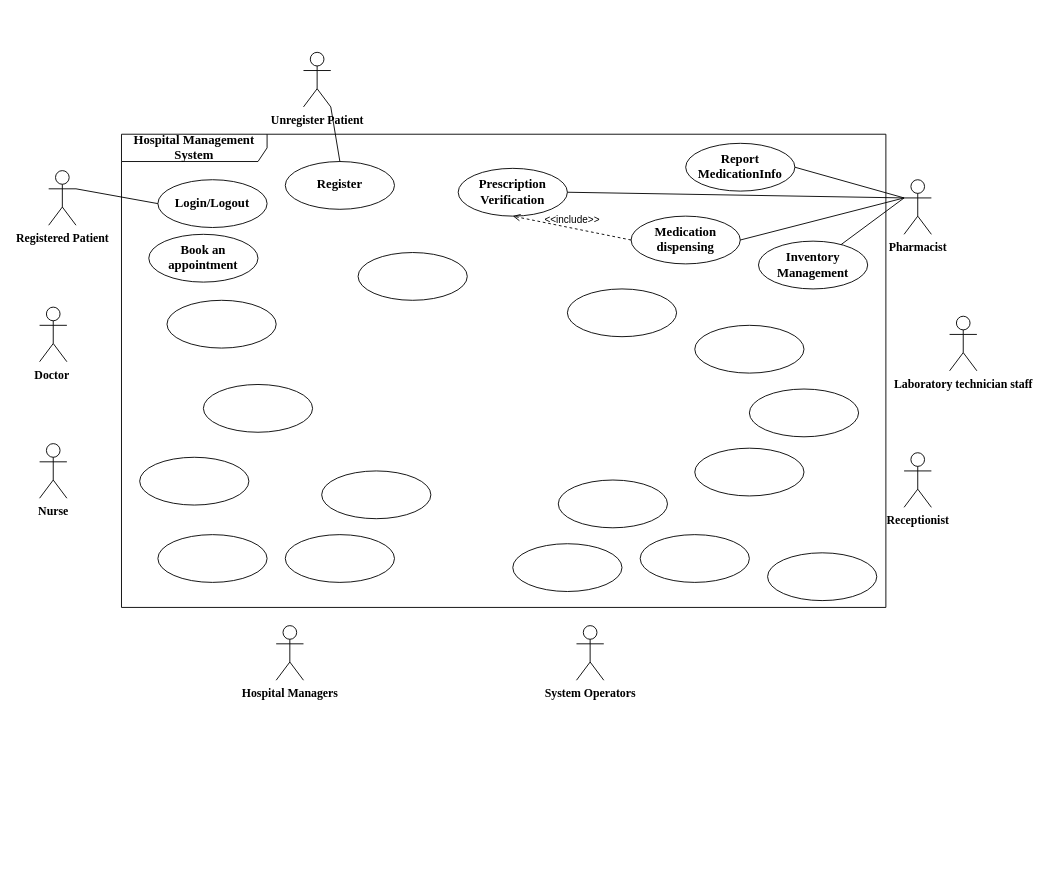
Before: Use Case  Diagram.drawio in FOMOKN/Software-Engineering, a draw.io diagram. Source tidied: cells renumbered, new cells numbered last; positions are measured from the earlier drawing's top-left corner, leaving out a move shared by most shapes. Both pictures are drawn from the tidied source at 91%, with x=0, y=0 at pixel (39, 52).
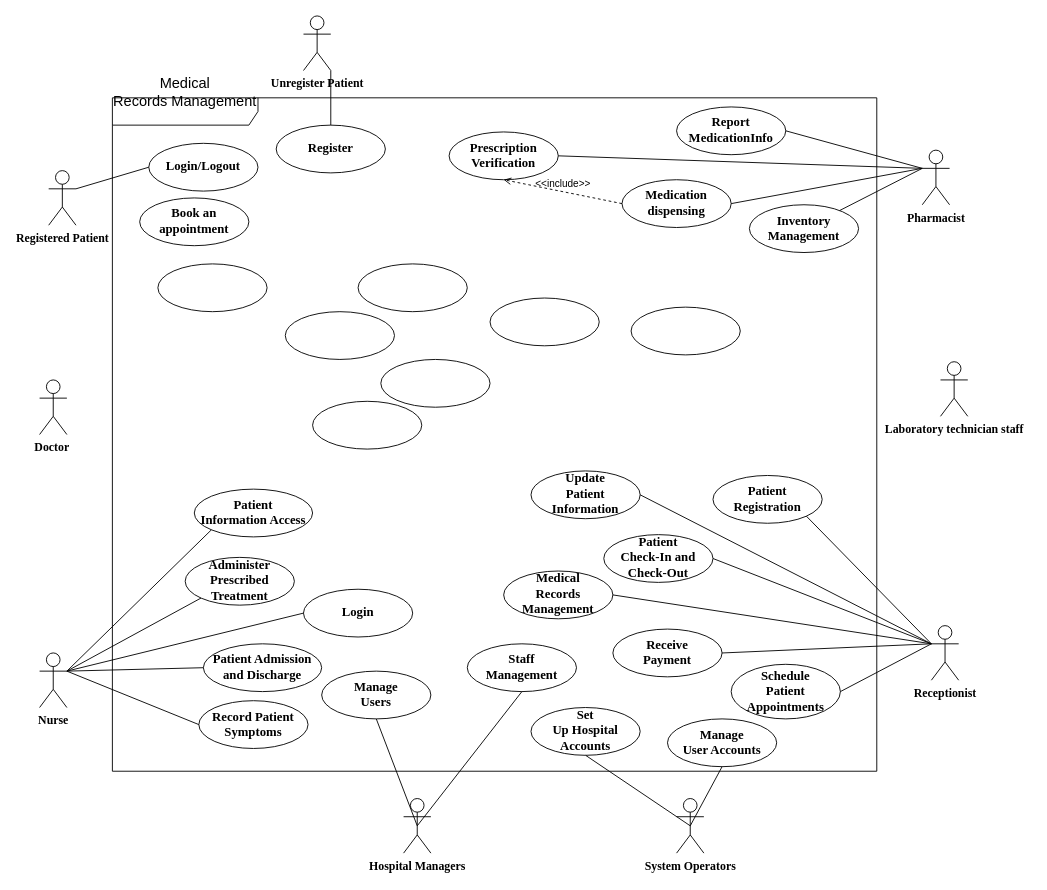
The same diagram, later.

Change to the diagram source:
```diff
@@
-    <mxCell id="2" value="&lt;font size=&quot;1&quot; face=&quot;Times New Roman&quot;&gt;&lt;b style=&quot;font-size: 14px;&quot;&gt;Hospital Management System&lt;/b&gt;&lt;/font&gt;" style="shape=umlFrame;whiteSpace=wrap;html=1;width=160;" parent="1" vertex="1">
-      <mxGeometry x="90" y="90" width="840" height="520" as="geometry" />
+    <mxCell id="2" value="&#10;&#10;&#10;&lt;p class=&quot;MsoNormal&quot;&gt;&lt;span style=&quot;font-size:12.0pt;font-family:黑体&quot; lang=&quot;EN-US&quot;&gt;Medical&#10;Records Management&lt;/span&gt;&lt;/p&gt;&#10;&#10;&#10;&#10;&#10;&#10;" style="shape=umlFrame;whiteSpace=wrap;html=1;width=160;" parent="1" vertex="1">
+      <mxGeometry x="80" y="50" width="840" height="740" as="geometry" />
     </mxCell>
@@
-    <mxCell id="7" style="ellipse;html=1;whiteSpace=wrap;" parent="2" vertex="1">
-      <mxGeometry x="490" y="170" width="120" height="52.5" as="geometry" />
+    <mxCell id="7" value="&lt;p class=&quot;MsoNormal&quot; style=&quot;font-size: 14px;&quot;&gt;Patient&lt;br style=&quot;font-size: 14px;&quot;&gt;Check-In and Check-Out&lt;/p&gt;" style="ellipse;html=1;whiteSpace=wrap;fontFamily=Times New Roman;fontStyle=1;fontSize=14;" parent="2" vertex="1">
+      <mxGeometry x="540" y="480" width="120" height="52.5" as="geometry" />
     </mxCell>
@@
-    <mxCell id="11" style="ellipse;html=1;whiteSpace=wrap;" parent="2" vertex="1">
-      <mxGeometry x="630" y="345" width="120" height="52.5" as="geometry" />
+    <mxCell id="11" value="&lt;p class=&quot;MsoNormal&quot; style=&quot;font-size: 14px;&quot;&gt;Manage&lt;br style=&quot;font-size: 14px;&quot;&gt;User Accounts&lt;/p&gt;" style="ellipse;html=1;whiteSpace=wrap;fontFamily=Times New Roman;fontStyle=1;fontSize=14;" parent="2" vertex="1">
+      <mxGeometry x="610" y="682.5" width="120" height="52.5" as="geometry" />
     </mxCell>
-    <mxCell id="12" style="ellipse;html=1;whiteSpace=wrap;" parent="2" vertex="1">
-      <mxGeometry x="480" y="380" width="120" height="52.5" as="geometry" />
+    <mxCell id="12" value="Manage&lt;br style=&quot;font-size: 14px;&quot;&gt;Users" style="ellipse;html=1;whiteSpace=wrap;fontFamily=Times New Roman;fontStyle=1;fontSize=14;" parent="2" vertex="1">
+      <mxGeometry x="230" y="630" width="120" height="52.5" as="geometry" />
     </mxCell>
-    <mxCell id="13" style="ellipse;html=1;whiteSpace=wrap;" parent="2" vertex="1">
-      <mxGeometry x="220" y="370" width="120" height="52.5" as="geometry" />
+    <mxCell id="13" value="&lt;p class=&quot;MsoNormal&quot; style=&quot;font-size: 14px;&quot;&gt;Patient&lt;br style=&quot;font-size: 14px;&quot;&gt;Information Access&lt;/p&gt;" style="ellipse;html=1;whiteSpace=wrap;fontFamily=Times New Roman;fontStyle=1;fontSize=14;" parent="2" vertex="1">
+      <mxGeometry x="90" y="430" width="130" height="52.5" as="geometry" />
     </mxCell>
@@
-    <mxCell id="15" style="ellipse;html=1;whiteSpace=wrap;" parent="2" vertex="1">
-      <mxGeometry x="90" y="275" width="120" height="52.5" as="geometry" />
+    <mxCell id="15" value="&lt;p class=&quot;MsoNormal&quot; style=&quot;font-size: 14px;&quot;&gt;Medical&lt;br style=&quot;font-size: 14px;&quot;&gt;Records Management&lt;/p&gt;" style="ellipse;html=1;whiteSpace=wrap;fontFamily=Times New Roman;fontStyle=1;fontSize=14;" parent="2" vertex="1">
+      <mxGeometry x="430" y="520" width="120" height="52.5" as="geometry" />
     </mxCell>
-    <mxCell id="16" style="ellipse;html=1;whiteSpace=wrap;" parent="2" vertex="1">
-      <mxGeometry x="430" y="450" width="120" height="52.5" as="geometry" />
+    <mxCell id="16" value="Record Patient Symptoms" style="ellipse;html=1;whiteSpace=wrap;fontFamily=Times New Roman;fontStyle=1;fontSize=14;" parent="2" vertex="1">
+      <mxGeometry x="95" y="662.5" width="120" height="52.5" as="geometry" />
     </mxCell>
-    <mxCell id="17" style="ellipse;html=1;whiteSpace=wrap;" parent="2" vertex="1">
-      <mxGeometry x="260" y="130" width="120" height="52.5" as="geometry" />
+    <mxCell id="17" value="&lt;p class=&quot;MsoNormal&quot; style=&quot;font-size: 14px;&quot;&gt;Receive&lt;br style=&quot;font-size: 14px;&quot;&gt;Payment&lt;/p&gt;" style="ellipse;html=1;whiteSpace=wrap;fontFamily=Times New Roman;fontStyle=1;fontSize=14;" parent="2" vertex="1">
+      <mxGeometry x="550" y="583.8" width="120" height="52.5" as="geometry" />
     </mxCell>
-    <mxCell id="18" style="ellipse;html=1;whiteSpace=wrap;" parent="2" vertex="1">
-      <mxGeometry x="20" y="355" width="120" height="52.5" as="geometry" />
+    <mxCell id="18" value="Login" style="ellipse;html=1;whiteSpace=wrap;fontFamily=Times New Roman;fontStyle=1;fontSize=14;" parent="2" vertex="1">
+      <mxGeometry x="210" y="540" width="120" height="52.5" as="geometry" />
     </mxCell>
-    <mxCell id="19" style="ellipse;html=1;whiteSpace=wrap;" parent="2" vertex="1">
-      <mxGeometry x="570" y="440" width="120" height="52.5" as="geometry" />
+    <mxCell id="19" value="&lt;p class=&quot;MsoNormal&quot; style=&quot;font-size: 14px;&quot;&gt;Staff&lt;br style=&quot;font-size: 14px;&quot;&gt;Management&lt;/p&gt;" style="ellipse;html=1;whiteSpace=wrap;fontFamily=Times New Roman;fontStyle=1;fontSize=14;" parent="2" vertex="1">
+      <mxGeometry x="390" y="600" width="120" height="52.5" as="geometry" />
     </mxCell>
-    <mxCell id="20" style="ellipse;html=1;whiteSpace=wrap;" parent="2" vertex="1">
-      <mxGeometry x="40" y="440" width="120" height="52.5" as="geometry" />
+    <mxCell id="20" value="Patient Admission and Discharge" style="ellipse;html=1;whiteSpace=wrap;fontFamily=Times New Roman;fontStyle=1;fontSize=14;" parent="2" vertex="1">
+      <mxGeometry x="100" y="600" width="130" height="52.5" as="geometry" />
     </mxCell>
-    <mxCell id="21" style="ellipse;html=1;whiteSpace=wrap;" parent="2" vertex="1">
-      <mxGeometry x="630" y="210" width="120" height="52.5" as="geometry" />
+    <mxCell id="21" value="&lt;p class=&quot;MsoNormal&quot; style=&quot;font-size: 14px;&quot;&gt;Schedule&lt;br style=&quot;font-size: 14px;&quot;&gt;Patient Appointments&lt;/p&gt;" style="ellipse;html=1;whiteSpace=wrap;fontFamily=Times New Roman;fontStyle=1;fontSize=14;" parent="2" vertex="1">
+      <mxGeometry x="680" y="622.5" width="120" height="60" as="geometry" />
     </mxCell>
-    <mxCell id="22" style="ellipse;html=1;whiteSpace=wrap;" parent="2" vertex="1">
-      <mxGeometry x="690" y="280" width="120" height="52.5" as="geometry" />
+    <mxCell id="22" value="&lt;p class=&quot;MsoNormal&quot; style=&quot;font-size: 14px;&quot;&gt;Patient&lt;br style=&quot;font-size: 14px;&quot;&gt;Registration&lt;/p&gt;" style="ellipse;html=1;whiteSpace=wrap;fontFamily=Times New Roman;fontStyle=1;fontSize=14;" parent="2" vertex="1">
+      <mxGeometry x="660" y="415" width="120" height="52.5" as="geometry" />
     </mxCell>
-    <mxCell id="23" style="ellipse;html=1;whiteSpace=wrap;" parent="2" vertex="1">
-      <mxGeometry x="710" y="460" width="120" height="52.5" as="geometry" />
+    <mxCell id="23" value="Set&lt;br style=&quot;font-size: 14px;&quot;&gt;Up Hospital Accounts" style="ellipse;html=1;whiteSpace=wrap;fontFamily=Times New Roman;fontStyle=1;fontSize=14;" parent="2" vertex="1">
+      <mxGeometry x="460" y="670" width="120" height="52.5" as="geometry" />
     </mxCell>
-    <mxCell id="24" style="ellipse;html=1;whiteSpace=wrap;" parent="2" vertex="1">
-      <mxGeometry x="180" y="440" width="120" height="52.5" as="geometry" />
+    <mxCell id="24" value="Administer&lt;br style=&quot;font-size: 14px;&quot;&gt;Prescribed Treatment" style="ellipse;html=1;whiteSpace=wrap;fontStyle=1;fontSize=14;fontFamily=Times New Roman;" parent="2" vertex="1">
+      <mxGeometry x="80" y="505" width="120" height="52.5" as="geometry" />
     </mxCell>
@@
+    <mxCell id="41" style="ellipse;html=1;whiteSpace=wrap;" parent="2" vertex="1">
+      <mxGeometry x="190" y="235" width="120" height="52.5" as="geometry" />
+    </mxCell>
+    <mxCell id="42" style="ellipse;html=1;whiteSpace=wrap;" parent="2" vertex="1">
+      <mxGeometry x="270" y="182.5" width="120" height="52.5" as="geometry" />
+    </mxCell>
+    <mxCell id="43" style="ellipse;html=1;whiteSpace=wrap;" parent="2" vertex="1">
+      <mxGeometry x="415" y="220" width="120" height="52.5" as="geometry" />
+    </mxCell>
+    <mxCell id="44" style="ellipse;html=1;whiteSpace=wrap;" parent="2" vertex="1">
+      <mxGeometry x="220" y="333.5" width="120" height="52.5" as="geometry" />
+    </mxCell>
+    <mxCell id="45" style="ellipse;html=1;whiteSpace=wrap;" parent="2" vertex="1">
+      <mxGeometry x="570" y="230" width="120" height="52.5" as="geometry" />
+    </mxCell>
+    <mxCell id="46" value="&lt;p class=&quot;MsoNormal&quot; style=&quot;font-size: 14px;&quot;&gt;Update&lt;br style=&quot;font-size: 14px;&quot;&gt;Patient Information&lt;/p&gt;" style="ellipse;html=1;whiteSpace=wrap;fontFamily=Times New Roman;fontStyle=1;fontSize=14;" parent="2" vertex="1">
+      <mxGeometry x="460" y="410" width="120" height="52.5" as="geometry" />
+    </mxCell>
+    <mxCell id="47" style="ellipse;html=1;whiteSpace=wrap;" parent="2" vertex="1">
+      <mxGeometry x="295" y="287.5" width="120" height="52.5" as="geometry" />
+    </mxCell>
     <mxCell id="26" value="&lt;font size=&quot;1&quot; face=&quot;Times New Roman&quot;&gt;&lt;b style=&quot;font-size: 13px;&quot;&gt;Doctor&amp;nbsp;&lt;/b&gt;&lt;/font&gt;" style="shape=umlActor;verticalLabelPosition=bottom;verticalAlign=top;html=1;" parent="1" vertex="1">
-      <mxGeometry y="280" width="30" height="60" as="geometry" />
+      <mxGeometry y="360" width="30" height="60" as="geometry" />
     </mxCell>
@@
     <mxCell id="28" value="&lt;font style=&quot;font-size: 13px;&quot; face=&quot;Times New Roman&quot;&gt;&lt;b&gt;Nurse&lt;/b&gt;&lt;/font&gt;" style="shape=umlActor;verticalLabelPosition=bottom;verticalAlign=top;html=1;" parent="1" vertex="1">
-      <mxGeometry y="430" width="30" height="60" as="geometry" />
+      <mxGeometry y="660" width="30" height="60" as="geometry" />
     </mxCell>
     <mxCell id="29" value="&lt;font size=&quot;1&quot; face=&quot;Times New Roman&quot;&gt;&lt;b style=&quot;font-size: 13px;&quot;&gt;Pharmacist&lt;/b&gt;&lt;/font&gt;" style="shape=umlActor;verticalLabelPosition=bottom;verticalAlign=top;html=1;" parent="1" vertex="1">
-      <mxGeometry x="950" y="140" width="30" height="60" as="geometry" />
+      <mxGeometry x="970" y="107.5" width="30" height="60" as="geometry" />
     </mxCell>
     <mxCell id="30" value="&lt;b&gt;&lt;font face=&quot;Times New Roman&quot; style=&quot;font-size: 13px;&quot;&gt;Laboratory technician staff&lt;/font&gt;&lt;/b&gt;" style="shape=umlActor;verticalLabelPosition=bottom;verticalAlign=top;html=1;" parent="1" vertex="1">
-      <mxGeometry x="1000" y="290" width="30" height="60" as="geometry" />
+      <mxGeometry x="990" y="340" width="30" height="60" as="geometry" />
     </mxCell>
     <mxCell id="31" value="&lt;font size=&quot;1&quot; face=&quot;Times New Roman&quot;&gt;&lt;b style=&quot;font-size: 13px;&quot;&gt;Receptionist&lt;/b&gt;&lt;/font&gt;" style="shape=umlActor;verticalLabelPosition=bottom;verticalAlign=top;html=1;" parent="1" vertex="1">
-      <mxGeometry x="950" y="440" width="30" height="60" as="geometry" />
+      <mxGeometry x="980" y="630" width="30" height="60" as="geometry" />
     </mxCell>
     <mxCell id="32" value="&lt;font size=&quot;1&quot; face=&quot;Times New Roman&quot;&gt;&lt;b style=&quot;font-size: 13px;&quot;&gt;Hospital Managers&lt;/b&gt;&lt;/font&gt;" style="shape=umlActor;verticalLabelPosition=bottom;verticalAlign=top;html=1;" parent="1" vertex="1">
-      <mxGeometry x="260" y="630" width="30" height="60" as="geometry" />
+      <mxGeometry x="400" y="820" width="30" height="60" as="geometry" />
     </mxCell>
     <mxCell id="33" value="&lt;b&gt;&lt;font face=&quot;Times New Roman&quot; style=&quot;font-size: 13px;&quot;&gt;System Operators&lt;/font&gt;&lt;/b&gt;" style="shape=umlActor;verticalLabelPosition=bottom;verticalAlign=top;html=1;" parent="1" vertex="1">
-      <mxGeometry x="590" y="630" width="30" height="60" as="geometry" />
+      <mxGeometry x="700" y="820" width="30" height="60" as="geometry" />
     </mxCell>
@@
     <mxCell id="37" value="&lt;font size=&quot;1&quot; face=&quot;Times New Roman&quot;&gt;&lt;b style=&quot;font-size: 13px;&quot;&gt;Unregister Patient&lt;/b&gt;&lt;/font&gt;" style="shape=umlActor;verticalLabelPosition=bottom;verticalAlign=top;html=1;" parent="1" vertex="1">
-      <mxGeometry x="290" width="30" height="60" as="geometry" />
+      <mxGeometry x="290" y="-40" width="30" height="60" as="geometry" />
     </mxCell>
@@
+    <mxCell id="48" style="endArrow=none;html=1;rounded=0;exitX=1;exitY=0.3333333333333333;exitDx=0;exitDy=0;exitPerimeter=0;entryX=0;entryY=1;entryDx=0;entryDy=0;" parent="1" edge="1" source="28" target="13">
+      <mxGeometry relative="1" as="geometry" />
+    </mxCell>
+    <mxCell id="49" style="endArrow=none;html=1;rounded=0;exitX=1;exitY=0.3333333333333333;exitDx=0;exitDy=0;exitPerimeter=0;entryX=0;entryY=1;entryDx=0;entryDy=0;" parent="1" edge="1" source="28" target="24">
+      <mxGeometry relative="1" as="geometry" />
+    </mxCell>
+    <mxCell id="50" style="endArrow=none;html=1;rounded=0;entryX=0;entryY=0.5;entryDx=0;entryDy=0;exitX=1;exitY=0.3333333333333333;exitDx=0;exitDy=0;exitPerimeter=0;" parent="1" edge="1" source="28" target="18">
+      <mxGeometry relative="1" as="geometry" />
+    </mxCell>
+    <mxCell id="51" style="endArrow=none;html=1;rounded=0;exitX=1;exitY=0.3333333333333333;exitDx=0;exitDy=0;exitPerimeter=0;entryX=0;entryY=0.5;entryDx=0;entryDy=0;" parent="1" edge="1" source="28" target="20">
+      <mxGeometry relative="1" as="geometry" />
+    </mxCell>
+    <mxCell id="52" style="endArrow=none;html=1;rounded=0;exitX=1;exitY=0.3333333333333333;exitDx=0;exitDy=0;exitPerimeter=0;entryX=0;entryY=0.5;entryDx=0;entryDy=0;" parent="1" edge="1" source="28" target="16">
+      <mxGeometry relative="1" as="geometry" />
+    </mxCell>
+    <mxCell id="53" style="endArrow=none;html=1;rounded=0;exitX=0.5;exitY=0.5;exitDx=0;exitDy=0;exitPerimeter=0;entryX=0.5;entryY=1;entryDx=0;entryDy=0;" parent="1" edge="1" source="32" target="12">
+      <mxGeometry relative="1" as="geometry" />
+    </mxCell>
+    <mxCell id="54" style="endArrow=none;html=1;rounded=0;entryX=0.5;entryY=1;entryDx=0;entryDy=0;exitX=0.5;exitY=0.5;exitDx=0;exitDy=0;exitPerimeter=0;" parent="1" edge="1" source="32" target="19">
+      <mxGeometry relative="1" as="geometry" />
+    </mxCell>
+    <mxCell id="55" style="endArrow=none;html=1;rounded=0;entryX=0.5;entryY=0.5;entryDx=0;entryDy=0;entryPerimeter=0;exitX=0.5;exitY=1;exitDx=0;exitDy=0;" parent="1" edge="1" source="23" target="33">
+      <mxGeometry relative="1" as="geometry" />
+    </mxCell>
+    <mxCell id="56" style="endArrow=none;html=1;rounded=0;entryX=0.5;entryY=1;entryDx=0;entryDy=0;exitX=0.5;exitY=0.5;exitDx=0;exitDy=0;exitPerimeter=0;" parent="1" edge="1" source="33" target="11">
+      <mxGeometry relative="1" as="geometry" />
+    </mxCell>
+    <mxCell id="57" style="endArrow=none;html=1;rounded=0;entryX=0;entryY=0.3333333333333333;entryDx=0;entryDy=0;entryPerimeter=0;exitX=1;exitY=1;exitDx=0;exitDy=0;" parent="1" edge="1" source="22" target="31">
+      <mxGeometry relative="1" as="geometry" />
+    </mxCell>
+    <mxCell id="58" style="endArrow=none;html=1;rounded=0;entryX=0;entryY=0.3333333333333333;entryDx=0;entryDy=0;entryPerimeter=0;exitX=1;exitY=0.5;exitDx=0;exitDy=0;" parent="1" edge="1" source="46" target="31">
+      <mxGeometry relative="1" as="geometry" />
+    </mxCell>
+    <mxCell id="59" style="endArrow=none;html=1;rounded=0;entryX=0;entryY=0.3333333333333333;entryDx=0;entryDy=0;entryPerimeter=0;exitX=1;exitY=0.5;exitDx=0;exitDy=0;" parent="1" edge="1" source="7" target="31">
+      <mxGeometry relative="1" as="geometry" />
+    </mxCell>
+    <mxCell id="60" style="endArrow=none;html=1;rounded=0;entryX=0;entryY=0.3333333333333333;entryDx=0;entryDy=0;entryPerimeter=0;exitX=1;exitY=0.5;exitDx=0;exitDy=0;" parent="1" edge="1" source="15" target="31">
+      <mxGeometry relative="1" as="geometry" />
+    </mxCell>
+    <mxCell id="61" style="endArrow=none;html=1;rounded=0;entryX=0;entryY=0.3333333333333333;entryDx=0;entryDy=0;entryPerimeter=0;exitX=1;exitY=0.5;exitDx=0;exitDy=0;" parent="1" edge="1" source="17" target="31">
+      <mxGeometry relative="1" as="geometry" />
+    </mxCell>
+    <mxCell id="62" style="endArrow=none;html=1;rounded=0;entryX=0;entryY=0.3333333333333333;entryDx=0;entryDy=0;entryPerimeter=0;exitX=1;exitY=0.5;exitDx=0;exitDy=0;" parent="1" edge="1" source="21" target="31">
+      <mxGeometry relative="1" as="geometry" />
+    </mxCell>
```
